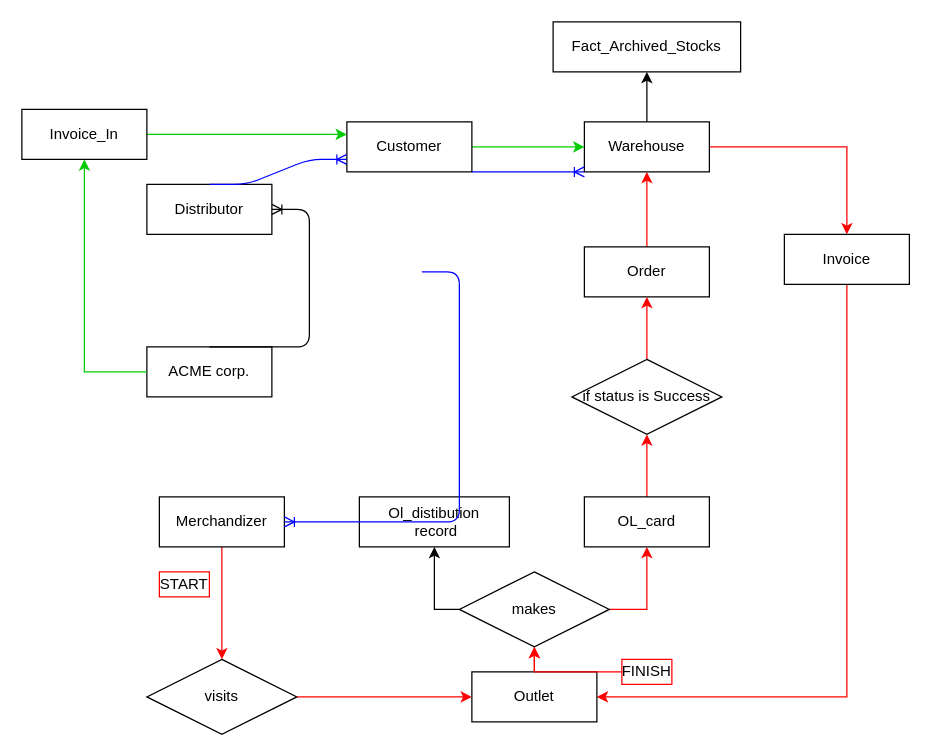
Earlier version of the draw.io diagram Business process.drawio (Emma664/World-population). Source tidied: cells renumbered, new cells numbered last; positions are measured from the earlier drawing's top-left corner, leaving out a move shared by most shapes. Both pictures are drawn from the tidied source at 125%, with x=0, y=0 at pixel (21, 21).
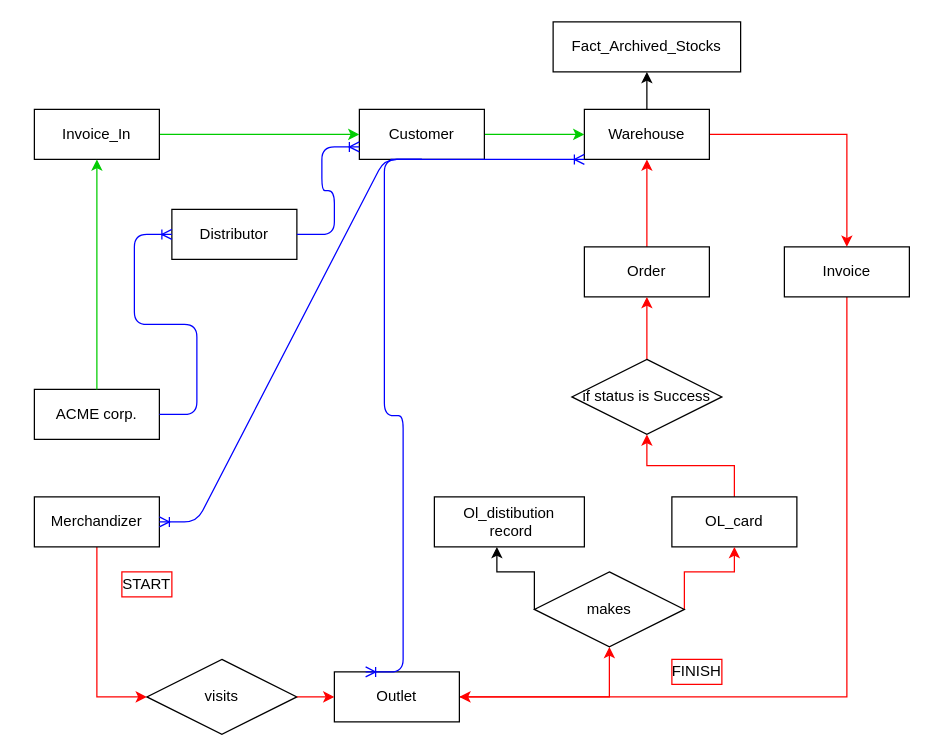
The same page after the edit.

Unchanged cells that the change refers to:
```xml
<mxCell id="12" value="visits" style="shape=rhombus;perimeter=rhombusPerimeter;whiteSpace=wrap;html=1;align=center;" parent="1" vertex="1">
  <mxGeometry x="100" y="510" width="120" height="60" as="geometry" />
</mxCell>
```

What changed in the source:
```diff
@@
-    <mxCell id="2" style="edgeStyle=orthogonalEdgeStyle;rounded=0;jettySize=auto;html=1;strokeColor=#FF0000;" parent="1" edge="1" source="3" target="12">
-      <mxGeometry relative="1" as="geometry" />
+    <mxCell id="2" style="edgeStyle=orthogonalEdgeStyle;rounded=0;jettySize=auto;html=1;strokeColor=#FF0000;entryX=0;entryY=0.5;entryDx=0;entryDy=0;" parent="1" edge="1" source="3" target="12">
+      <mxGeometry relative="1" as="geometry">
+        <Array as="points">
+          <mxPoint x="60" y="540" />
+        </Array>
+      </mxGeometry>
     </mxCell>
     <mxCell id="3" value="Merchandizer" style="whiteSpace=wrap;html=1;align=center;" parent="1" vertex="1">
-      <mxGeometry x="110" y="380" width="100" height="40" as="geometry" />
+      <mxGeometry x="10" y="380" width="100" height="40" as="geometry" />
     </mxCell>
@@
     <mxCell id="5" value="OL_card" style="whiteSpace=wrap;html=1;align=center;" parent="1" vertex="1">
-      <mxGeometry x="450" y="380" width="100" height="40" as="geometry" />
+      <mxGeometry x="520" y="380" width="100" height="40" as="geometry" />
     </mxCell>
@@
     <mxCell id="10" value="Warehouse" style="whiteSpace=wrap;html=1;align=center;" parent="1" vertex="1">
-      <mxGeometry x="450" y="80" width="100" height="40" as="geometry" />
+      <mxGeometry x="450" y="70" width="100" height="40" as="geometry" />
     </mxCell>
@@
     <mxCell id="15" value="Ol_distibution&lt;br&gt;&amp;nbsp;record" style="whiteSpace=wrap;html=1;" parent="1" vertex="1">
-      <mxGeometry x="270" y="380" width="120" height="40" as="geometry" />
+      <mxGeometry x="330" y="380" width="120" height="40" as="geometry" />
     </mxCell>
-    <mxCell id="16" style="edgeStyle=orthogonalEdgeStyle;rounded=0;jettySize=auto;html=1;strokeColor=#000000;entryX=0.5;entryY=1;entryDx=0;entryDy=0;" parent="1" edge="1" source="18" target="15">
+    <mxCell id="16" style="edgeStyle=orthogonalEdgeStyle;rounded=0;jettySize=auto;html=1;strokeColor=#000000;exitX=0;exitY=0.5;exitDx=0;exitDy=0;" parent="1" edge="1" source="18">
       <mxGeometry relative="1" as="geometry">
+        <mxPoint x="380" y="420" as="targetPoint" />
         <Array as="points">
-          <mxPoint x="330" y="470" />
+          <mxPoint x="410" y="440" />
+          <mxPoint x="380" y="440" />
         </Array>
       </mxGeometry>
     </mxCell>
-    <mxCell id="17" style="edgeStyle=orthogonalEdgeStyle;rounded=0;jettySize=auto;html=1;strokeColor=#FF0000;entryX=0.5;entryY=1;entryDx=0;entryDy=0;" parent="1" edge="1" source="18" target="5">
+    <mxCell id="17" style="edgeStyle=orthogonalEdgeStyle;rounded=0;jettySize=auto;html=1;strokeColor=#FF0000;entryX=0.5;entryY=1;entryDx=0;entryDy=0;exitX=1;exitY=0.5;exitDx=0;exitDy=0;" parent="1" edge="1" source="18" target="5">
       <mxGeometry relative="1" as="geometry">
         <Array as="points">
-          <mxPoint x="500" y="470" />
+          <mxPoint x="530" y="440" />
+          <mxPoint x="570" y="440" />
         </Array>
       </mxGeometry>
     </mxCell>
     <mxCell id="18" value="makes" style="shape=rhombus;perimeter=rhombusPerimeter;whiteSpace=wrap;html=1;align=center;" parent="1" vertex="1">
-      <mxGeometry x="350" y="440" width="120" height="60" as="geometry" />
+      <mxGeometry x="410" y="440" width="120" height="60" as="geometry" />
     </mxCell>
@@
     <mxCell id="20" value="Invoice" style="whiteSpace=wrap;html=1;align=center;" parent="1" vertex="1">
-      <mxGeometry x="610" y="170" width="100" height="40" as="geometry" />
+      <mxGeometry x="610" y="180" width="100" height="40" as="geometry" />
     </mxCell>
     <mxCell id="21" value="Distributor" style="whiteSpace=wrap;html=1;align=center;" parent="1" vertex="1">
-      <mxGeometry x="100" y="130" width="100" height="40" as="geometry" />
+      <mxGeometry x="120" y="150" width="100" height="40" as="geometry" />
     </mxCell>
@@
     <mxCell id="23" value="Customer" style="whiteSpace=wrap;html=1;align=center;" parent="1" vertex="1">
-      <mxGeometry x="260" y="80" width="100" height="40" as="geometry" />
+      <mxGeometry x="270" y="70" width="100" height="40" as="geometry" />
     </mxCell>
-    <mxCell id="24" style="edgeStyle=entityRelationEdgeStyle;fontSize=12;html=1;endArrow=ERoneToMany;entryX=0;entryY=1;entryDx=0;entryDy=0;strokeColor=#0000FF;exitX=1;exitY=1;exitDx=0;exitDy=0;" parent="1" edge="1" source="23" target="10">
-      <mxGeometry relative="1" as="geometry" />
-    </mxCell>
     <mxCell id="25" value="ACME corp." style="whiteSpace=wrap;html=1;align=center;" parent="1" vertex="1">
-      <mxGeometry x="100" y="260" width="100" height="40" as="geometry" />
+      <mxGeometry x="10" y="294" width="100" height="40" as="geometry" />
     </mxCell>
     <mxCell id="26" value="Outlet" style="whiteSpace=wrap;html=1;align=center;" parent="1" vertex="1">
-      <mxGeometry x="360" y="520" width="100" height="40" as="geometry" />
+      <mxGeometry x="250" y="520" width="100" height="40" as="geometry" />
     </mxCell>
@@
-    <mxCell id="28" style="edgeStyle=entityRelationEdgeStyle;fontSize=12;html=1;endArrow=ERoneToMany;strokeColor=#0000FF;" parent="1" edge="1" target="3">
-      <mxGeometry relative="1" as="geometry">
-        <mxPoint x="320" y="200" as="sourcePoint" />
-      </mxGeometry>
-    </mxCell>
-    <mxCell id="29" style="edgeStyle=orthogonalEdgeStyle;rounded=0;jettySize=auto;html=1;strokeColor=#00CC00;exitX=1;exitY=0.5;exitDx=0;exitDy=0;" parent="1" edge="1" source="30">
-      <mxGeometry relative="1" as="geometry">
-        <mxPoint x="260" y="90" as="targetPoint" />
-        <Array as="points">
-          <mxPoint x="260" y="90" />
-        </Array>
-      </mxGeometry>
+    <mxCell id="29" style="edgeStyle=orthogonalEdgeStyle;rounded=0;jettySize=auto;html=1;strokeColor=#00CC00;exitX=1;exitY=0.5;exitDx=0;exitDy=0;entryX=0;entryY=0.5;entryDx=0;entryDy=0;" parent="1" edge="1" source="30" target="23">
+      <mxGeometry relative="1" as="geometry" />
     </mxCell>
     <mxCell id="30" value="Invoice_In" style="whiteSpace=wrap;html=1;align=center;strokeColor=#000000;" parent="1" vertex="1">
-      <mxGeometry y="70" width="100" height="40" as="geometry" />
+      <mxGeometry x="10" y="70" width="100" height="40" as="geometry" />
     </mxCell>
     <mxCell id="31" style="edgeStyle=orthogonalEdgeStyle;rounded=0;jettySize=auto;html=1;strokeColor=#00CC00;" parent="1" edge="1" source="25" target="30">
       <mxGeometry relative="1" as="geometry">
         <Array as="points">
-          <mxPoint x="50" y="280" />
+          <mxPoint x="60" y="294" />
         </Array>
       </mxGeometry>
     </mxCell>
+    <mxCell id="33" value="START" style="text;html=1;strokeColor=#FF0000;fillColor=none;align=center;verticalAlign=middle;whiteSpace=wrap;rounded=0;" parent="1" vertex="1">
+      <mxGeometry x="80" y="440" width="40" height="20" as="geometry" />
+    </mxCell>
+    <mxCell id="35" value="FINISH" style="text;html=1;strokeColor=#FF0000;fillColor=none;align=center;verticalAlign=middle;whiteSpace=wrap;rounded=0;" parent="1" vertex="1">
+      <mxGeometry x="520" y="510" width="40" height="20" as="geometry" />
+    </mxCell>
+    <mxCell id="37" value="Fact_Archived_Stocks" style="whiteSpace=wrap;html=1;align=center;" parent="1" vertex="1">
+      <mxGeometry x="425" width="150" height="40" as="geometry" />
+    </mxCell>
+    <mxCell id="36" style="edgeStyle=entityRelationEdgeStyle;fontSize=12;html=1;endArrow=ERoneToMany;strokeColor=#0000FF;exitX=1;exitY=0.5;exitDx=0;exitDy=0;entryX=0;entryY=0.5;entryDx=0;entryDy=0;" parent="1" edge="1" source="25" target="21">
+      <mxGeometry relative="1" as="geometry" />
+    </mxCell>
-    <mxCell id="32" style="edgeStyle=entityRelationEdgeStyle;fontSize=12;html=1;endArrow=ERoneToMany;strokeColor=#0000FF;exitX=0.5;exitY=0;exitDx=0;exitDy=0;entryX=0;entryY=0.75;entryDx=0;entryDy=0;" parent="1" edge="1" source="21" target="23">
+    <mxCell id="32" style="edgeStyle=entityRelationEdgeStyle;fontSize=12;html=1;endArrow=ERoneToMany;strokeColor=#0000FF;exitX=1;exitY=0.5;exitDx=0;exitDy=0;entryX=0;entryY=0.75;entryDx=0;entryDy=0;" parent="1" edge="1" source="21" target="23">
       <mxGeometry relative="1" as="geometry" />
     </mxCell>
-    <mxCell id="33" value="START" style="text;html=1;strokeColor=#FF0000;fillColor=none;align=center;verticalAlign=middle;whiteSpace=wrap;rounded=0;" parent="1" vertex="1">
-      <mxGeometry x="110" y="440" width="40" height="20" as="geometry" />
-    </mxCell>
-    <mxCell id="34" style="edgeStyle=orthogonalEdgeStyle;rounded=0;jettySize=auto;html=1;strokeColor=#FF0000;" parent="1" edge="1" source="35" target="18">
-      <mxGeometry relative="1" as="geometry" />
-    </mxCell>
-    <mxCell id="35" value="FINISH" style="text;html=1;strokeColor=#FF0000;fillColor=none;align=center;verticalAlign=middle;whiteSpace=wrap;rounded=0;" parent="1" vertex="1">
-      <mxGeometry x="480" y="510" width="40" height="20" as="geometry" />
-    </mxCell>
-    <mxCell id="36" style="edgeStyle=entityRelationEdgeStyle;fontSize=12;html=1;endArrow=ERoneToMany;exitX=0.5;exitY=0;exitDx=0;exitDy=0;" parent="1" edge="1" source="25" target="21">
-      <mxGeometry relative="1" as="geometry" />
-    </mxCell>
-    <mxCell id="37" value="Fact_Archived_Stocks" style="whiteSpace=wrap;html=1;align=center;" parent="1" vertex="1">
-      <mxGeometry x="425" width="150" height="40" as="geometry" />
-    </mxCell>
+    <mxCell id="38" style="edgeStyle=entityRelationEdgeStyle;fontSize=12;html=1;endArrow=ERoneToMany;strokeColor=#0000FF;entryX=0.25;entryY=0;entryDx=0;entryDy=0;exitX=0.5;exitY=1;exitDx=0;exitDy=0;" parent="1" edge="1" source="23" target="26">
+      <mxGeometry relative="1" as="geometry" />
+    </mxCell>
+    <mxCell id="39" style="edgeStyle=entityRelationEdgeStyle;fontSize=12;html=1;endArrow=ERoneToMany;strokeColor=#0000FF;exitX=0.5;exitY=1;exitDx=0;exitDy=0;entryX=1;entryY=0.5;entryDx=0;entryDy=0;" parent="1" edge="1" source="23" target="3">
+      <mxGeometry relative="1" as="geometry" />
+    </mxCell>
+    <mxCell id="24" style="edgeStyle=entityRelationEdgeStyle;fontSize=12;html=1;endArrow=ERoneToMany;strokeColor=#0000FF;exitX=0.25;exitY=1;exitDx=0;exitDy=0;entryX=0;entryY=1;entryDx=0;entryDy=0;" parent="1" edge="1" source="23" target="10">
+      <mxGeometry relative="1" as="geometry" />
+    </mxCell>
```
